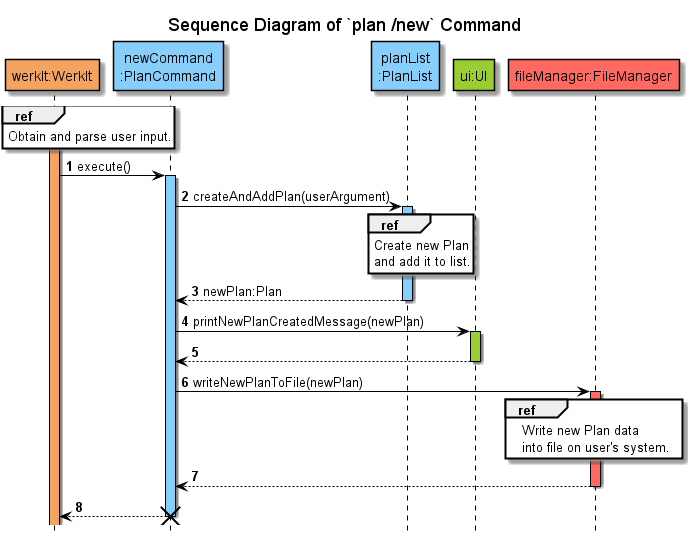
The PlantUML diagram docs/uml/sequenceDiagrams/plans/images/createPlan-Part1.png in nus-cs2113-AY2122S2/tp, before a commit. Its diagram source:
```plantuml
@startuml
!include ../../Style.puml

autonumber

title Sequence Diagram of `plan /new` Command
hide footbox

participant "werkIt:WerkIt" AS WerkIt COLOR_WERKIT
participant "newCommand\n:PlanCommand" AS newCommand COLOR_LOGIC
participant "planList\n:PlanList" AS PlanList COLOR_LOGIC
participant "ui:UI" AS UI2 COLOR_UI
participant "fileManager:FileManager" as FileManager COLOR_STORAGE

activate WerkIt COLOR_WERKIT
ref over WerkIt
Obtain and parse user input.
end

WerkIt -> newCommand : execute()
activate newCommand COLOR_LOGIC
newCommand -> PlanList : createAndAddPlan(userArgument)
activate PlanList COLOR_LOGIC
ref over PlanList
Create new Plan
and add it to list.
end
newCommand <-- PlanList : newPlan:Plan
deactivate PlanList

newCommand -> UI2 : printNewPlanCreatedMessage(newPlan)
activate UI2 COLOR_UI
newCommand <-- UI2
deactivate UI2

newCommand -> FileManager : writeNewPlanToFile(newPlan)
activate FileManager COLOR_STORAGE
ref over FileManager
Write new Plan data
into file on user's system.
end
newCommand <-- FileManager
deactivate FileManager

WerkIt <-- newCommand
deactivate newCommand

destroy newCommand
@enduml
```
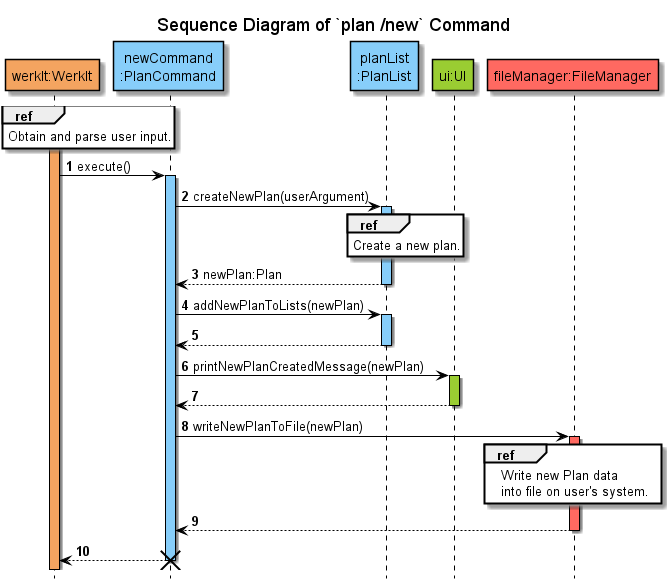
After the change.

What changed in the source:
```diff
@@ -19,13 +19,17 @@
 
 WerkIt -> newCommand : execute()
 activate newCommand COLOR_LOGIC
-newCommand -> PlanList : createAndAddPlan(userArgument)
+newCommand -> PlanList : createNewPlan(userArgument)
 activate PlanList COLOR_LOGIC
 ref over PlanList
-Create new Plan
-and add it to list.
+Create a new plan.
 end
 newCommand <-- PlanList : newPlan:Plan
+deactivate PlanList
+
+newCommand -> PlanList : addNewPlanToLists(newPlan)
+activate PlanList COLOR_LOGIC
+newCommand <-- PlanList
 deactivate PlanList
 
 newCommand -> UI2 : printNewPlanCreatedMessage(newPlan)
```
